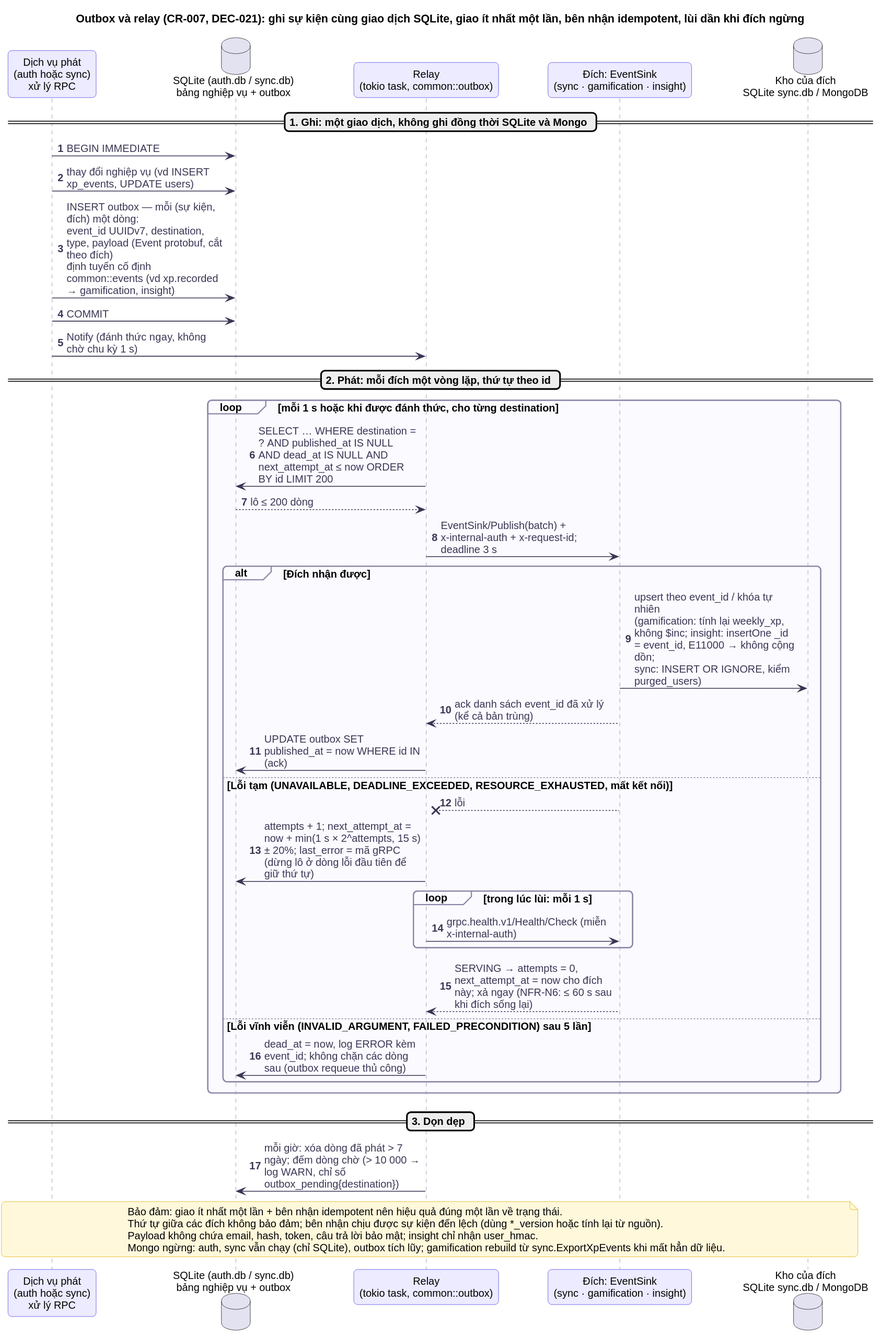
The PlantUML diagram docs/diagrams/sequence/seq-outbox-relay.svg in at1308033-sketch/LearningE_app, before a commit. The source it was exported from:
```plantuml
@startuml
!include ../_style.puml
skinparam dpi 105
title Outbox và relay (CR-007, DEC-021): ghi sự kiện cùng giao dịch SQLite, giao ít nhất một lần, bên nhận idempotent, lùi dần khi đích ngừng
autonumber
skinparam maxMessageSize 200

participant "Dịch vụ phát\n(auth hoặc sync)\nxử lý RPC" as P
database "SQLite (auth.db / sync.db)\nbảng nghiệp vụ + outbox" as DB
participant "Relay\n(tokio task, common::outbox)" as RL
participant "Đích: EventSink\n(sync · gamification · insight)" as D
database "Kho của đích\nSQLite sync.db / MongoDB" as DDB

== 1. Ghi: một giao dịch, không ghi đồng thời SQLite và Mongo ==
P -> DB : BEGIN IMMEDIATE
P -> DB : thay đổi nghiệp vụ (vd INSERT xp_events, UPDATE users)
P -> DB : INSERT outbox — mỗi (sự kiện, đích) một dòng:\nevent_id UUIDv7, destination, type, payload (Event protobuf, cắt theo đích)\nđịnh tuyến cố định common::events (vd xp.recorded → gamification, insight)
P -> DB : COMMIT
P -> RL : Notify (đánh thức ngay, không chờ chu kỳ 1 s)

== 2. Phát: mỗi đích một vòng lặp, thứ tự theo id ==
loop mỗi 1 s hoặc khi được đánh thức, cho từng destination
  RL -> DB : SELECT … WHERE destination = ? AND published_at IS NULL\nAND dead_at IS NULL AND next_attempt_at ≤ now ORDER BY id LIMIT 200
  DB --> RL : lô ≤ 200 dòng
  RL -> D : EventSink/Publish(batch) + x-internal-auth + x-request-id; deadline 3 s
  alt Đích nhận được
    D -> DDB : upsert theo event_id / khóa tự nhiên\n(gamification: tính lại weekly_xp, không $inc; insight: insertOne _id = event_id, E11000 → không cộng dồn;\nsync: INSERT OR IGNORE, kiểm purged_users)
    D --> RL : ack danh sách event_id đã xử lý (kể cả bản trùng)
    RL -> DB : UPDATE outbox SET published_at = now WHERE id IN (ack)
  else Lỗi tạm (UNAVAILABLE, DEADLINE_EXCEEDED, RESOURCE_EXHAUSTED, mất kết nối)
    D --x RL : lỗi
    RL -> DB : attempts + 1; next_attempt_at = now + min(1 s × 2^attempts, 15 s) ± 20%; last_error = mã gRPC\n(dừng lô ở dòng lỗi đầu tiên để giữ thứ tự)
    loop trong lúc lùi: mỗi 1 s
      RL -> D : grpc.health.v1/Health/Check (miễn x-internal-auth)
    end
    D --> RL : SERVING → attempts = 0, next_attempt_at = now cho đích này; xả ngay (NFR-N6: ≤ 60 s sau khi đích sống lại)
  else Lỗi vĩnh viễn (INVALID_ARGUMENT, FAILED_PRECONDITION) sau 5 lần
    RL -> DB : dead_at = now, log ERROR kèm event_id; không chặn các dòng sau (outbox requeue thủ công)
  end
end

== 3. Dọn dẹp ==
RL -> DB : mỗi giờ: xóa dòng đã phát > 7 ngày; đếm dòng chờ (> 10 000 → log WARN, chỉ số outbox_pending{destination})

note over P, DDB
  Bảo đảm: giao ít nhất một lần + bên nhận idempotent nên hiệu quả đúng một lần về trạng thái.
  Thứ tự giữa các đích không bảo đảm; bên nhận chịu được sự kiện đến lệch (dùng *_version hoặc tính lại từ nguồn).
  Payload không chứa email, hash, token, câu trả lời bảo mật; insight chỉ nhận user_hmac.
  Mongo ngừng: auth, sync vẫn chạy (chỉ SQLite), outbox tích lũy; gamification rebuild từ sync.ExportXpEvents khi mất hẳn dữ liệu.
end note
@enduml
```
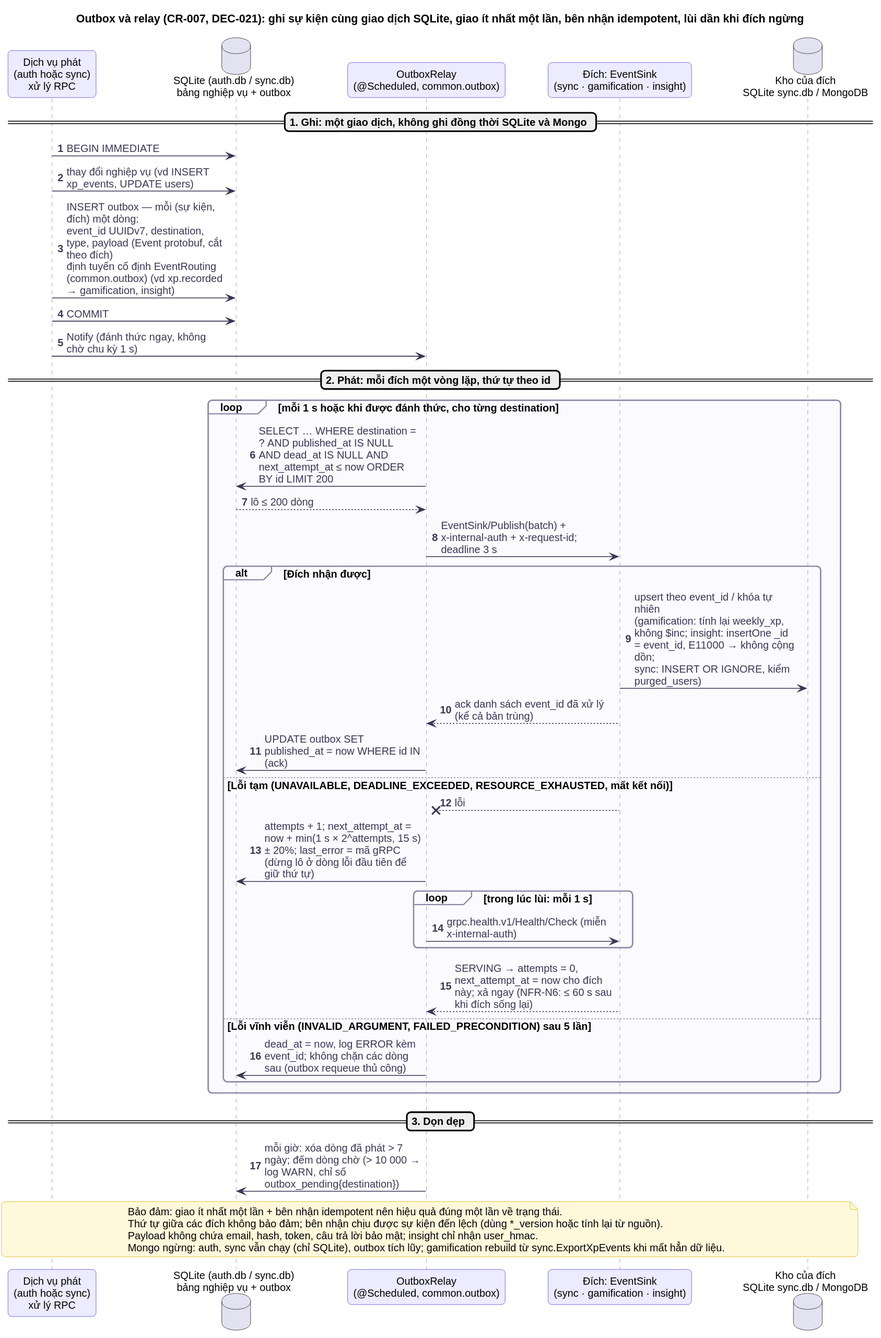
The same file after the commit.

The edit, as a diff of the source:
```diff
@@ -7,14 +7,14 @@
 
 participant "Dịch vụ phát\n(auth hoặc sync)\nxử lý RPC" as P
 database "SQLite (auth.db / sync.db)\nbảng nghiệp vụ + outbox" as DB
-participant "Relay\n(tokio task, common::outbox)" as RL
+participant "OutboxRelay\n(@Scheduled, common.outbox)" as RL
 participant "Đích: EventSink\n(sync · gamification · insight)" as D
 database "Kho của đích\nSQLite sync.db / MongoDB" as DDB
 
 == 1. Ghi: một giao dịch, không ghi đồng thời SQLite và Mongo ==
 P -> DB : BEGIN IMMEDIATE
 P -> DB : thay đổi nghiệp vụ (vd INSERT xp_events, UPDATE users)
-P -> DB : INSERT outbox — mỗi (sự kiện, đích) một dòng:\nevent_id UUIDv7, destination, type, payload (Event protobuf, cắt theo đích)\nđịnh tuyến cố định common::events (vd xp.recorded → gamification, insight)
+P -> DB : INSERT outbox — mỗi (sự kiện, đích) một dòng:\nevent_id UUIDv7, destination, type, payload (Event protobuf, cắt theo đích)\nđịnh tuyến cố định EventRouting (common.outbox) (vd xp.recorded → gamification, insight)
 P -> DB : COMMIT
 P -> RL : Notify (đánh thức ngay, không chờ chu kỳ 1 s)
 
```
